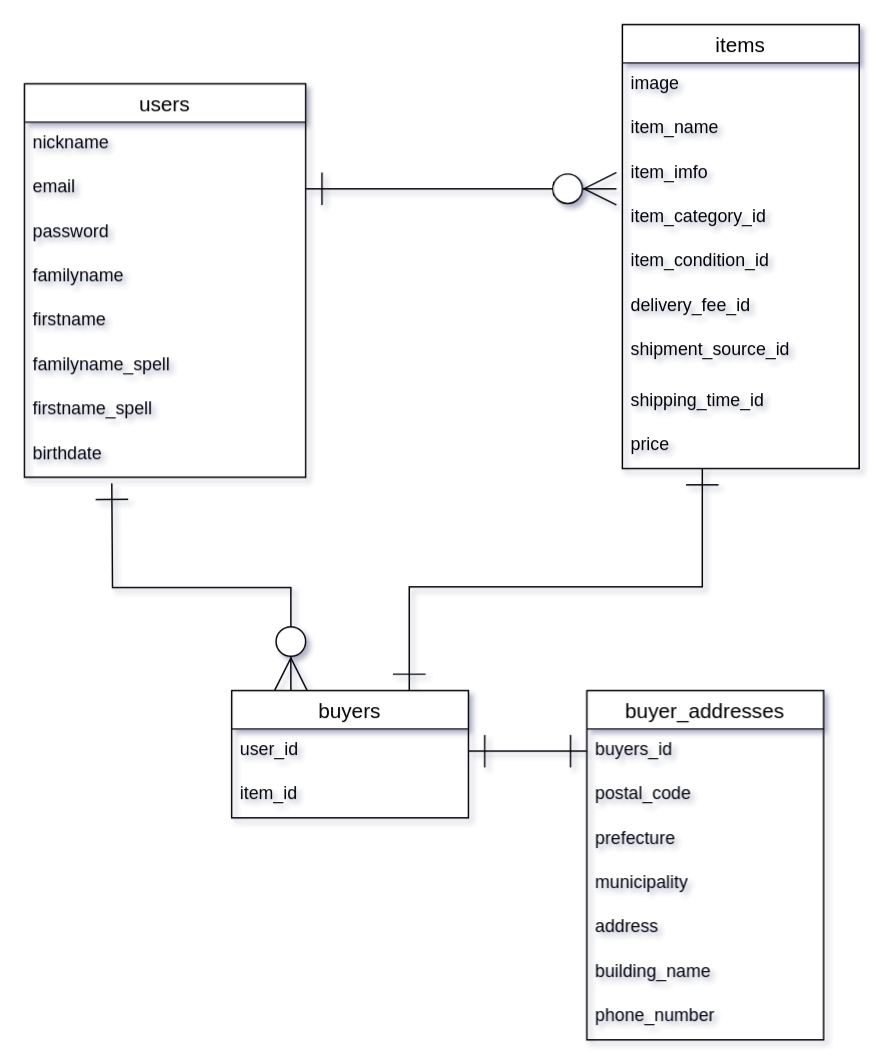
The draw.io diagram furima-33950.dio in tech-hack-rich/furima-33950, before the edit. Source tidied: cells renumbered, new cells numbered last; positions are measured from the earlier drawing's top-left corner, leaving out a move shared by most shapes. Both pictures are drawn from the tidied source at 148%, with x=0, y=0 at pixel (24, 24).
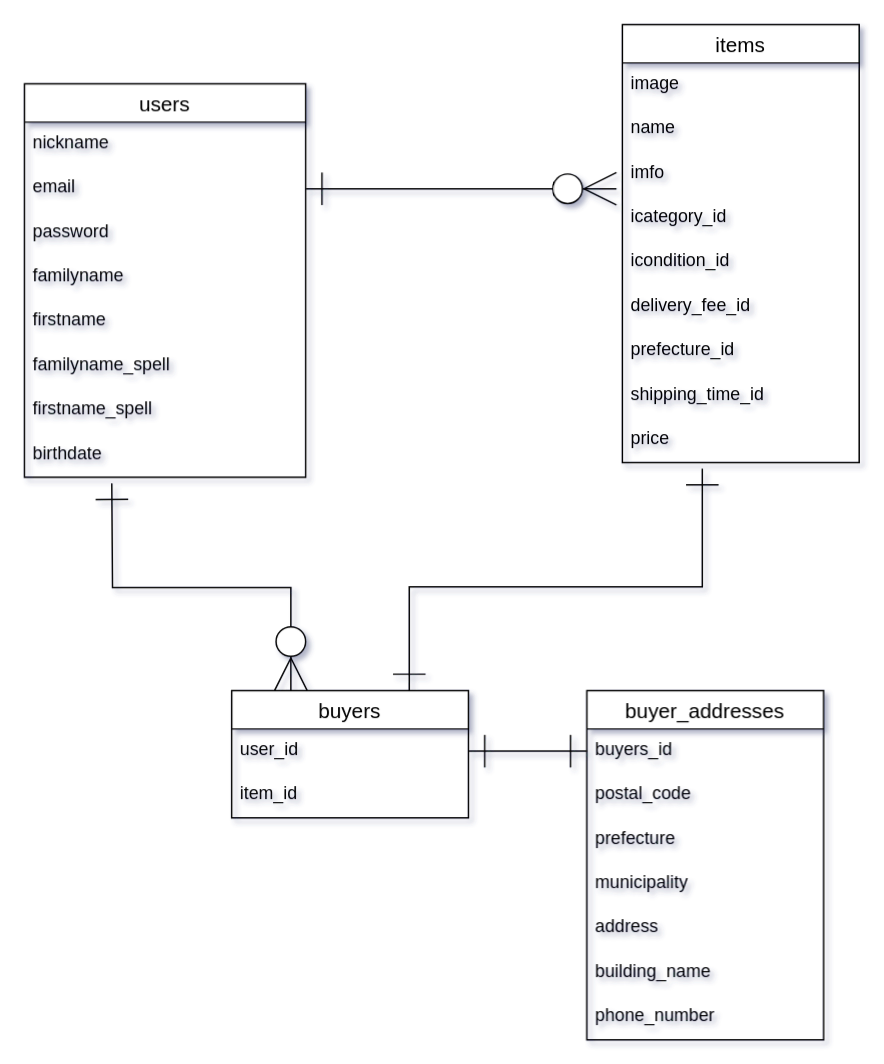
After the change.

Commit message (it also covers changes not shown here):
レビュー指摘点の修正

・itemsテーブルのカラム名修正

The edit, as a diff of the source:
```diff
@@
     <mxCell id="11" value="items" style="swimlane;fontStyle=0;horizontal=1;startSize=26;align=center;fontSize=14;" parent="1" vertex="1">
-      <mxGeometry x="404" width="160" height="300" as="geometry" />
+      <mxGeometry x="404" width="160" height="296" as="geometry" />
     </mxCell>
@@
-    <mxCell id="13" value="item_name" style="text;strokeColor=none;fillColor=none;spacingLeft=4;spacingRight=4;overflow=hidden;fontSize=12;" parent="11" vertex="1">
+    <mxCell id="13" value="name" style="text;strokeColor=none;fillColor=none;spacingLeft=4;spacingRight=4;overflow=hidden;fontSize=12;" parent="11" vertex="1">
       <mxGeometry y="56" width="160" height="30" as="geometry" />
     </mxCell>
-    <mxCell id="14" value="item_imfo" style="text;strokeColor=none;fillColor=none;spacingLeft=4;spacingRight=4;overflow=hidden;fontSize=12;" parent="11" vertex="1">
+    <mxCell id="14" value="imfo" style="text;strokeColor=none;fillColor=none;spacingLeft=4;spacingRight=4;overflow=hidden;fontSize=12;" parent="11" vertex="1">
       <mxGeometry y="86" width="160" height="30" as="geometry" />
     </mxCell>
-    <mxCell id="15" value="item_category_id" style="text;strokeColor=none;fillColor=none;spacingLeft=4;spacingRight=4;overflow=hidden;fontSize=12;" parent="11" vertex="1">
+    <mxCell id="15" value="icategory_id" style="text;strokeColor=none;fillColor=none;spacingLeft=4;spacingRight=4;overflow=hidden;fontSize=12;" parent="11" vertex="1">
       <mxGeometry y="116" width="160" height="30" as="geometry" />
     </mxCell>
-    <mxCell id="16" value="item_condition_id" style="text;strokeColor=none;fillColor=none;spacingLeft=4;spacingRight=4;overflow=hidden;fontSize=12;" parent="11" vertex="1">
+    <mxCell id="16" value="icondition_id" style="text;strokeColor=none;fillColor=none;spacingLeft=4;spacingRight=4;overflow=hidden;fontSize=12;" parent="11" vertex="1">
       <mxGeometry y="146" width="160" height="30" as="geometry" />
     </mxCell>
@@
-    <mxCell id="18" value="shipment_source_id" style="text;strokeColor=none;fillColor=none;spacingLeft=4;spacingRight=4;overflow=hidden;fontSize=12;" parent="11" vertex="1">
-      <mxGeometry y="206" width="160" height="34" as="geometry" />
-    </mxCell>
+    <mxCell id="36" value="prefecture_id" style="text;strokeColor=none;fillColor=none;spacingLeft=4;spacingRight=4;overflow=hidden;fontSize=12;" parent="11" vertex="1">
+      <mxGeometry y="206" width="160" height="30" as="geometry" />
+    </mxCell>
     <mxCell id="19" value="shipping_time_id" style="text;strokeColor=none;fillColor=none;spacingLeft=4;spacingRight=4;overflow=hidden;fontSize=12;" parent="11" vertex="1">
-      <mxGeometry y="240" width="160" height="30" as="geometry" />
+      <mxGeometry y="236" width="160" height="30" as="geometry" />
     </mxCell>
     <mxCell id="20" value="price" style="text;strokeColor=none;fillColor=none;spacingLeft=4;spacingRight=4;overflow=hidden;fontSize=12;" parent="11" vertex="1">
-      <mxGeometry y="270" width="160" height="30" as="geometry" />
+      <mxGeometry y="266" width="160" height="30" as="geometry" />
     </mxCell>
```
